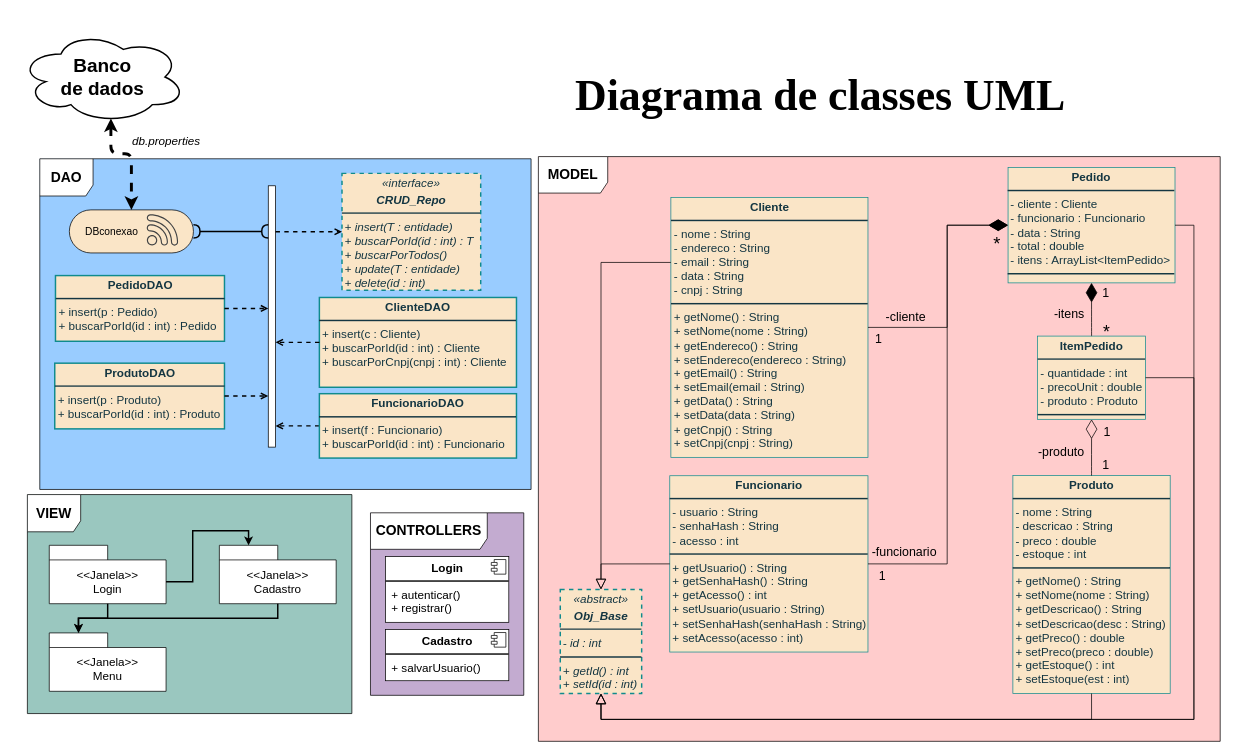
This is Umbrello_UML/Diagrama_classes.drawio from Kerlon-HSR/SystemDeploy_ISA, a draw.io file, before an edit. Source tidied: cells renumbered, new cells numbered last; positions are measured from the earlier drawing's top-left corner, leaving out a move shared by most shapes. Both pictures are drawn from the tidied source at 73%, with x=0, y=0 at pixel (12, 12).
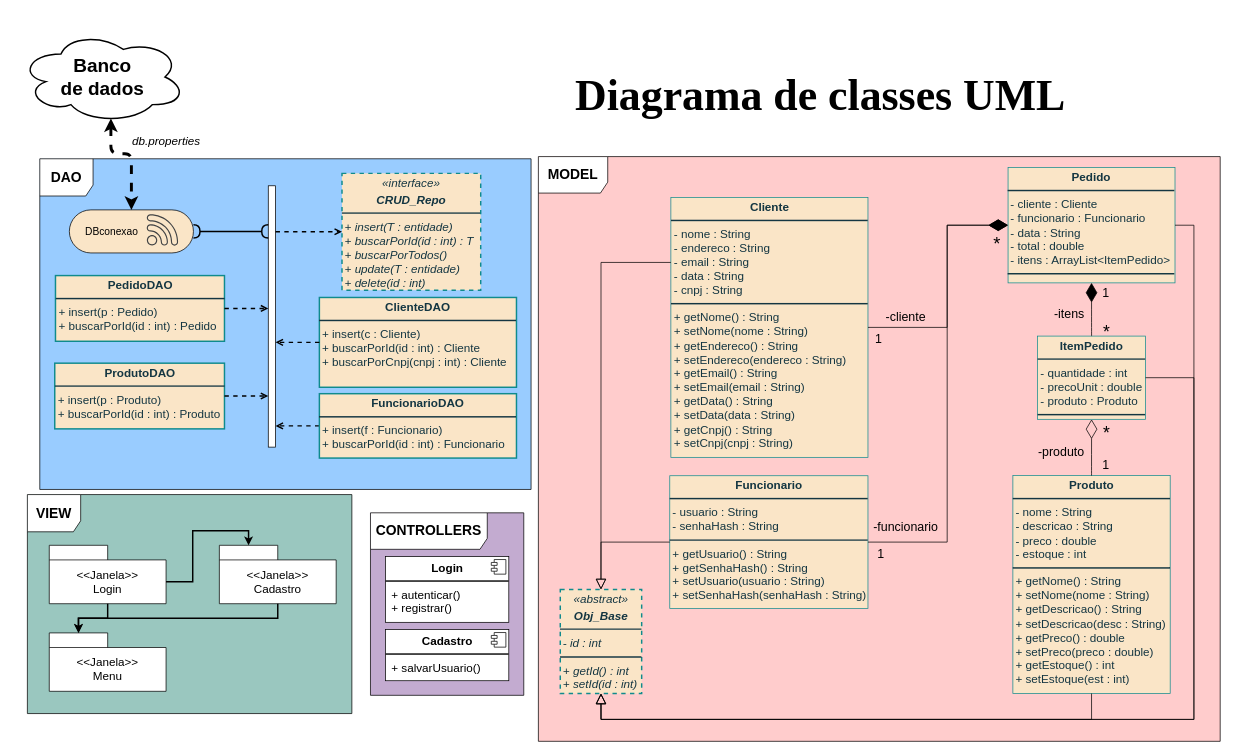
The same diagram, later.

Unchanged cells that the change refers to:
```xml
<mxCell id="39" value="&lt;p style=&quot;margin:0px;margin-top:4px;text-align:center;&quot;&gt;&lt;b&gt;Pedido&lt;/b&gt;&lt;/p&gt;&lt;hr style=&quot;border-style:solid;&quot;&gt;&lt;div style=&quot;color: rgb(0, 0, 0);&quot;&gt;&lt;p style=&quot;margin: 0px 0px 0px 4px; color: rgb(20, 54, 66);&quot;&gt;- cliente : Cliente&lt;/p&gt;&lt;p style=&quot;margin: 0px 0px 0px 4px; color: rgb(20, 54, 66);&quot;&gt;- funcionario : Funcionario&lt;/p&gt;&lt;p style=&quot;margin: 0px 0px 0px 4px; color: rgb(20, 54, 66);&quot;&gt;- data : String&lt;/p&gt;&lt;p style=&quot;margin: 0px 0px 0px 4px; color: rgb(20, 54, 66);&quot;&gt;- total : double&lt;/p&gt;&lt;p style=&quot;margin: 0px 0px 0px 4px; color: rgb(20, 54, 66);&quot;&gt;- itens : ArrayList&amp;lt;ItemPedido&amp;gt;&lt;/p&gt;&lt;/div&gt;&lt;hr style=&quot;border-style:solid;&quot;&gt;&lt;p style=&quot;margin:0px;margin-left:4px;&quot;&gt;&lt;br&gt;&lt;/p&gt;" style="verticalAlign=top;align=left;overflow=fill;html=1;whiteSpace=wrap;strokeColor=#0F8B8D;fontColor=#143642;fillColor=#FAE5C7;fontSize=16;" parent="1" vertex="1">
  <mxGeometry x="1363.4" y="212" width="228.7" height="158" as="geometry" />
</mxCell>
```

Change to the diagram source:
```diff
@@
-    <mxCell id="38" value="&lt;p style=&quot;margin:0px;margin-top:4px;text-align:center;&quot;&gt;&lt;b&gt;Funcionario&lt;/b&gt;&lt;/p&gt;&lt;hr style=&quot;border-style:solid;&quot;&gt;&lt;div style=&quot;color: rgb(0, 0, 0);&quot;&gt;&lt;p style=&quot;margin: 0px 0px 0px 4px; color: rgb(20, 54, 66);&quot;&gt;- usuario : String&lt;/p&gt;&lt;p style=&quot;margin: 0px 0px 0px 4px; color: rgb(20, 54, 66);&quot;&gt;- senhaHash : String&lt;/p&gt;&lt;p style=&quot;margin: 0px 0px 0px 4px; color: rgb(20, 54, 66);&quot;&gt;- acesso : int&lt;/p&gt;&lt;/div&gt;&lt;hr style=&quot;border-style:solid;&quot;&gt;&lt;p style=&quot;margin:0px;margin-left:4px;&quot;&gt;+ getUsuario() : String&lt;/p&gt;&lt;p style=&quot;margin:0px;margin-left:4px;&quot;&gt;+ getSenhaHash() : String&lt;/p&gt;&lt;p style=&quot;margin:0px;margin-left:4px;&quot;&gt;+ getAcesso() : int&lt;/p&gt;&lt;p style=&quot;margin:0px;margin-left:4px;&quot;&gt;+ setUsuario(usuario : String)&lt;/p&gt;&lt;p style=&quot;margin:0px;margin-left:4px;&quot;&gt;+ setSenhaHash(senhaHash : String)&lt;/p&gt;&lt;p style=&quot;margin:0px;margin-left:4px;&quot;&gt;+ setAcesso(acesso : int)&lt;/p&gt;" style="verticalAlign=top;align=left;overflow=fill;html=1;whiteSpace=wrap;strokeColor=#0F8B8D;fontColor=#143642;fillColor=#FAE5C7;fontSize=16;" parent="1" vertex="1">
-      <mxGeometry x="900" y="634.2" width="271.5" height="241.5" as="geometry" />
+    <mxCell id="38" value="&lt;p style=&quot;margin:0px;margin-top:4px;text-align:center;&quot;&gt;&lt;b&gt;Funcionario&lt;/b&gt;&lt;/p&gt;&lt;hr style=&quot;border-style:solid;&quot;&gt;&lt;div style=&quot;color: rgb(0, 0, 0);&quot;&gt;&lt;p style=&quot;margin: 0px 0px 0px 4px; color: rgb(20, 54, 66);&quot;&gt;- usuario : String&lt;/p&gt;&lt;p style=&quot;margin: 0px 0px 0px 4px; color: rgb(20, 54, 66);&quot;&gt;- senhaHash : String&lt;/p&gt;&lt;/div&gt;&lt;hr style=&quot;border-style:solid;&quot;&gt;&lt;p style=&quot;margin:0px;margin-left:4px;&quot;&gt;+ getUsuario() : String&lt;/p&gt;&lt;p style=&quot;margin:0px;margin-left:4px;&quot;&gt;+ getSenhaHash() : String&lt;/p&gt;&lt;p style=&quot;margin:0px;margin-left:4px;&quot;&gt;+ setUsuario(usuario : String)&lt;/p&gt;&lt;p style=&quot;margin:0px;margin-left:4px;&quot;&gt;+ setSenhaHash(senhaHash : String)&lt;/p&gt;" style="verticalAlign=top;align=left;overflow=fill;html=1;whiteSpace=wrap;strokeColor=#0F8B8D;fontColor=#143642;fillColor=#FAE5C7;fontSize=16;" parent="1" vertex="1">
+      <mxGeometry x="900" y="634.2" width="271.5" height="181.8" as="geometry" />
     </mxCell>
@@
     <mxCell id="47" style="endArrow=diamondThin;endFill=1;endSize=24;html=1;rounded=0;fontSize=12;entryX=0;entryY=0.5;entryDx=0;entryDy=0;edgeStyle=orthogonalEdgeStyle;exitX=1;exitY=0.5;exitDx=0;exitDy=0;" parent="1" edge="1" source="38" target="39">
       <mxGeometry relative="1" as="geometry">
         <Array as="points">
-          <mxPoint x="1280" y="755" />
+          <mxPoint x="1280" y="725" />
           <mxPoint x="1280" y="291" />
         </Array>
       </mxGeometry>
     </mxCell>
@@
     <mxCell id="53" value="1" style="edgeLabel;html=1;align=center;verticalAlign=middle;labelBackgroundColor=none;fontSize=17;" parent="1" vertex="1">
-      <mxGeometry x="1176" y="779" as="geometry">
+      <mxGeometry x="1174" y="748" as="geometry">
         <mxPoint x="14" y="-7" as="offset" />
       </mxGeometry>
     </mxCell>
@@
     <mxCell id="55" value="-funcionario" style="edgeLabel;html=1;align=center;verticalAlign=middle;labelBackgroundColor=none;fontSize=17;horizontal=1;" parent="1" vertex="1">
-      <mxGeometry x="1200" y="740" as="geometry">
+      <mxGeometry x="1202" y="707" as="geometry">
         <mxPoint x="20" y="-2" as="offset" />
       </mxGeometry>
     </mxCell>
@@
-    <mxCell id="58" value="1" style="edgeLabel;html=1;align=center;verticalAlign=middle;labelBackgroundColor=none;fontSize=17;" parent="1" vertex="1">
-      <mxGeometry x="1518" y="582" as="geometry">
-        <mxPoint x="-20" y="-8" as="offset" />
-      </mxGeometry>
-    </mxCell>
@@
+    <mxCell id="64" value="*" style="edgeLabel;html=1;align=center;verticalAlign=middle;labelBackgroundColor=none;fontSize=24;" parent="1" vertex="1">
+      <mxGeometry x="1526.3" y="576" as="geometry">
+        <mxPoint x="-29" as="offset" />
+      </mxGeometry>
+    </mxCell>
```
